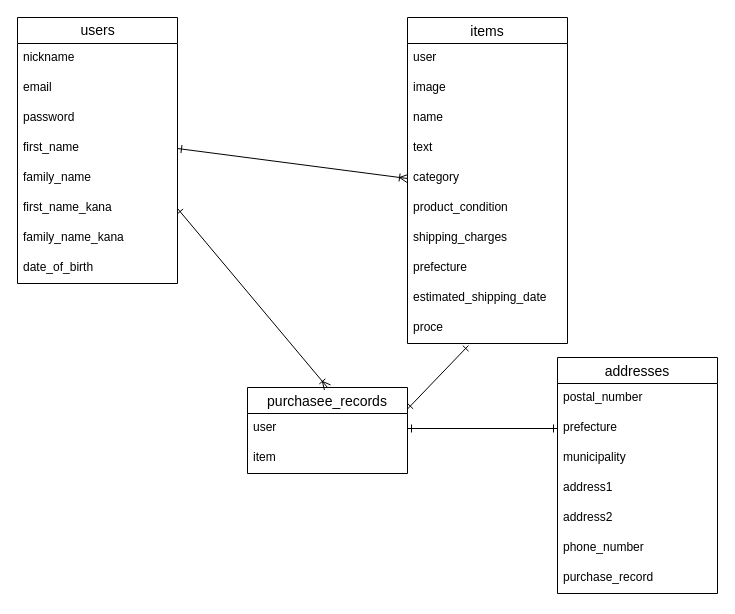
Above: ER.dio in birthchamu/furima-35216 (draw.io), before the change. Source tidied: cells renumbered, new cells numbered last; positions are measured from the earlier drawing's top-left corner, leaving out a move shared by most shapes. Both pictures are drawn from the tidied source at 100%, with x=0, y=0 at pixel (17, 17).
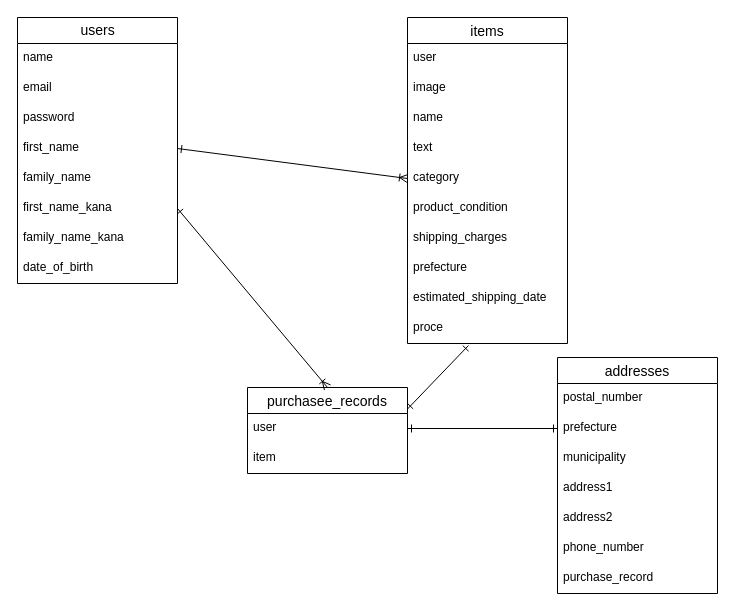
Above is the later version.

Commit message (it also covers changes not shown here):
ログアウト画面へのlink_toを編集

The change refers to these unchanged cells:
```xml
<mxCell id="2" value="users" style="swimlane;fontStyle=0;horizontal=1;startSize=26;align=center;fontSize=14;html=1;" parent="1" vertex="1">
  <mxGeometry width="160" height="266" as="geometry" />
</mxCell>
```

Change to the diagram source:
```diff
@@
-    <mxCell id="3" value="nickname&#10;" style="text;strokeColor=none;fillColor=none;spacingLeft=4;spacingRight=4;overflow=hidden;fontSize=12;" parent="2" vertex="1">
+    <mxCell id="3" value="name" style="text;strokeColor=none;fillColor=none;spacingLeft=4;spacingRight=4;overflow=hidden;fontSize=12;" parent="2" vertex="1">
       <mxGeometry y="26" width="160" height="30" as="geometry" />
     </mxCell>
```
